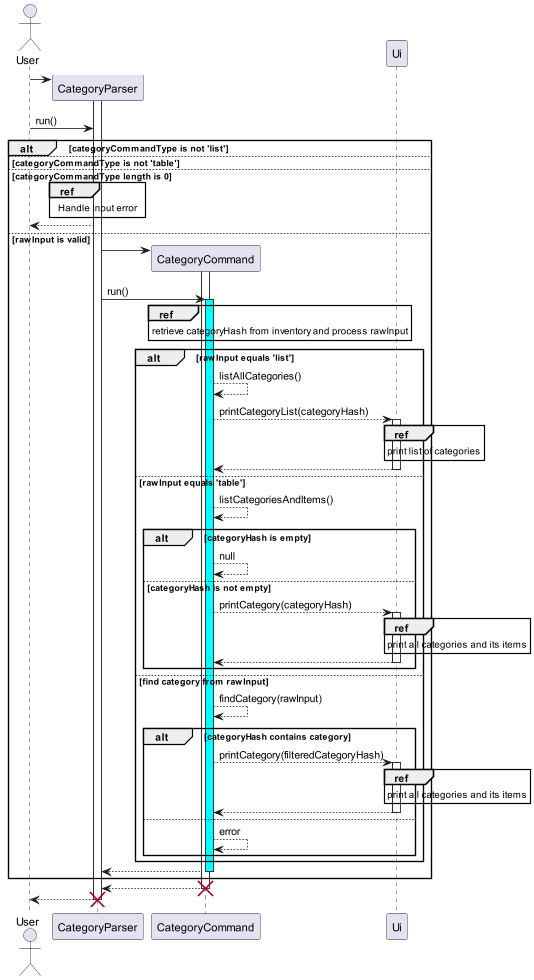
This is docs/UML/Category/CategoryParser.png from nus-cs2113-AY2223S2/tp, a PlantUML export, as it was before one commit.
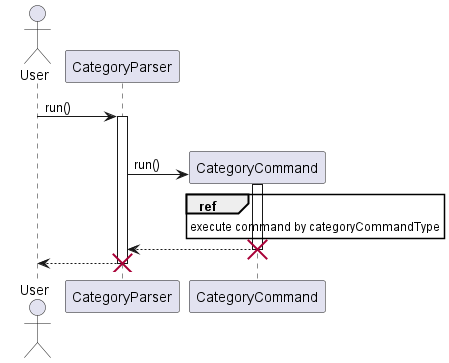
Above is the later version.

Commit message:
Modify uml diagrams for remove and category

Change to the diagram source:
```diff
@@ -2,61 +2,16 @@
 
 
 actor User
-User -> CategoryParser**
+
+User -> CategoryParser: run()
 activate CategoryParser
-User -> CategoryParser: run()
-alt categoryCommandType is not 'list'
-else categoryCommandType is not 'table'
-else categoryCommandType length is 0
-    ref over CategoryParser
-        Handle input error
+alt categoryCommandType is 'list' or 'table
+    CategoryParser -> CategoryCommand**: run()
+    activate CategoryCommand
+    ref over CategoryCommand
+        execute command by categoryCommandType
     end ref
-    CategoryParser --> User
-else rawInput is valid
 
-CategoryParser -> CategoryCommand**
-activate CategoryCommand
-CategoryParser -> CategoryCommand: run()
-activate CategoryCommand #cyan
-ref over CategoryCommand
-    retrieve categoryHash from inventory and process rawInput
-end ref
-participant Ui
-alt rawInput equals 'list'
-    CategoryCommand --> CategoryCommand: listAllCategories()
-    CategoryCommand --> Ui: printCategoryList(categoryHash)
-    activate Ui
-    ref over Ui
-        print list of categories
-    end ref
-    return
-else rawInput equals 'table'
-    CategoryCommand --> CategoryCommand: listCategoriesAndItems()
-    alt categoryHash is empty
-        CategoryCommand --> CategoryCommand: null
-    else categoryHash is not empty
-        CategoryCommand --> Ui : printCategory(categoryHash)
-        activate Ui
-        ref over Ui
-            print all categories and its items
-        end ref
-        return
-    end
-else find category from rawInput
-    CategoryCommand --> CategoryCommand: findCategory(rawInput)
-    alt categoryHash contains category
-        CategoryCommand --> Ui : printCategory(filteredCategoryHash)
-        activate Ui
-        ref over Ui
-            print all categories and its items
-        end ref
-        return
-    else
-        CategoryCommand --> CategoryCommand: error
-    end
-end
-return
-end
 return
 destroy CategoryCommand
 return
```
